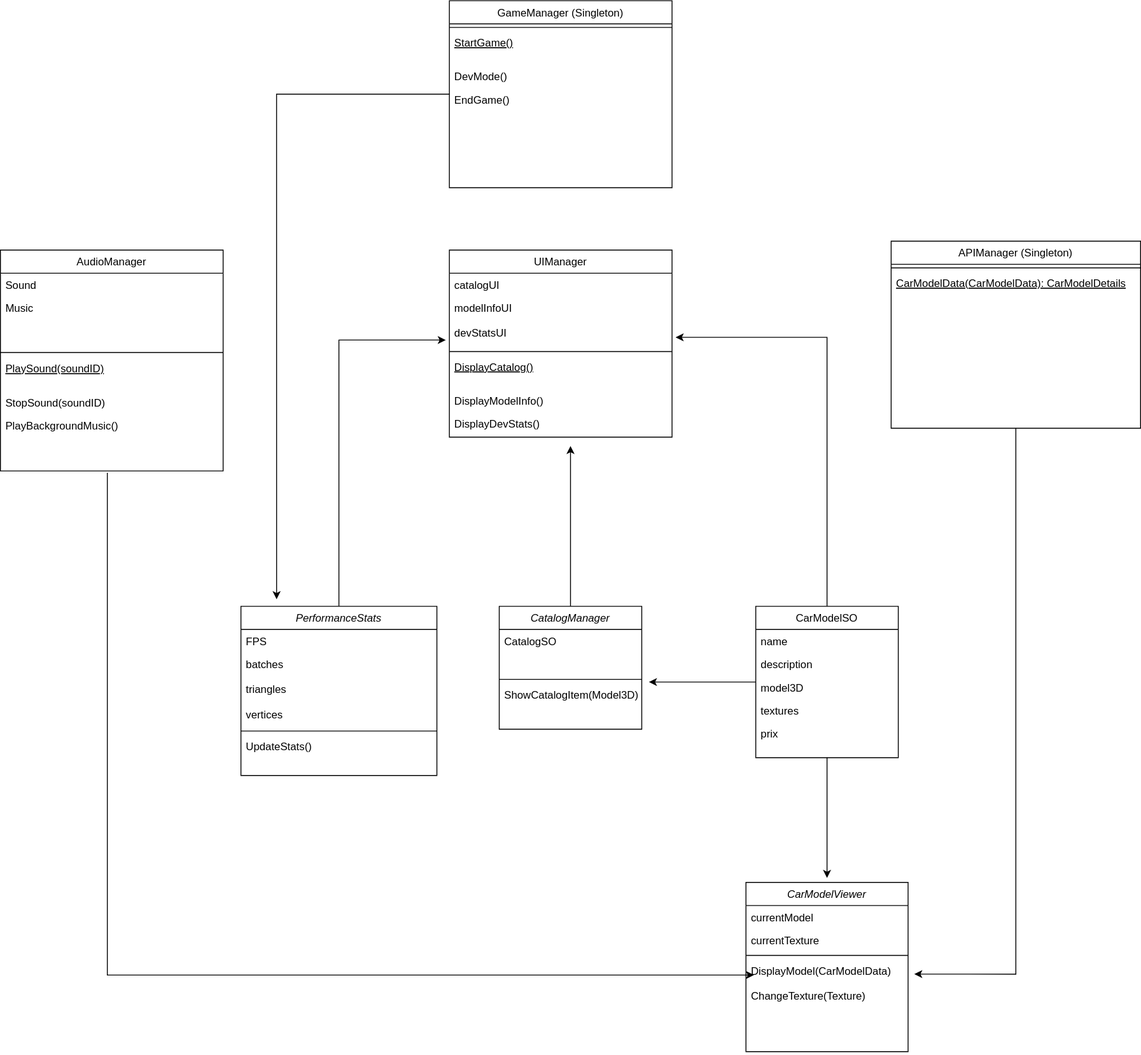
Above: Projet8.drawio.svg in Ashura100/Projet8 (draw.io), before the change. Source tidied: cells renumbered, new cells last; positions are measured from the earlier drawing's top-left corner, leaving out a move shared by most shapes.
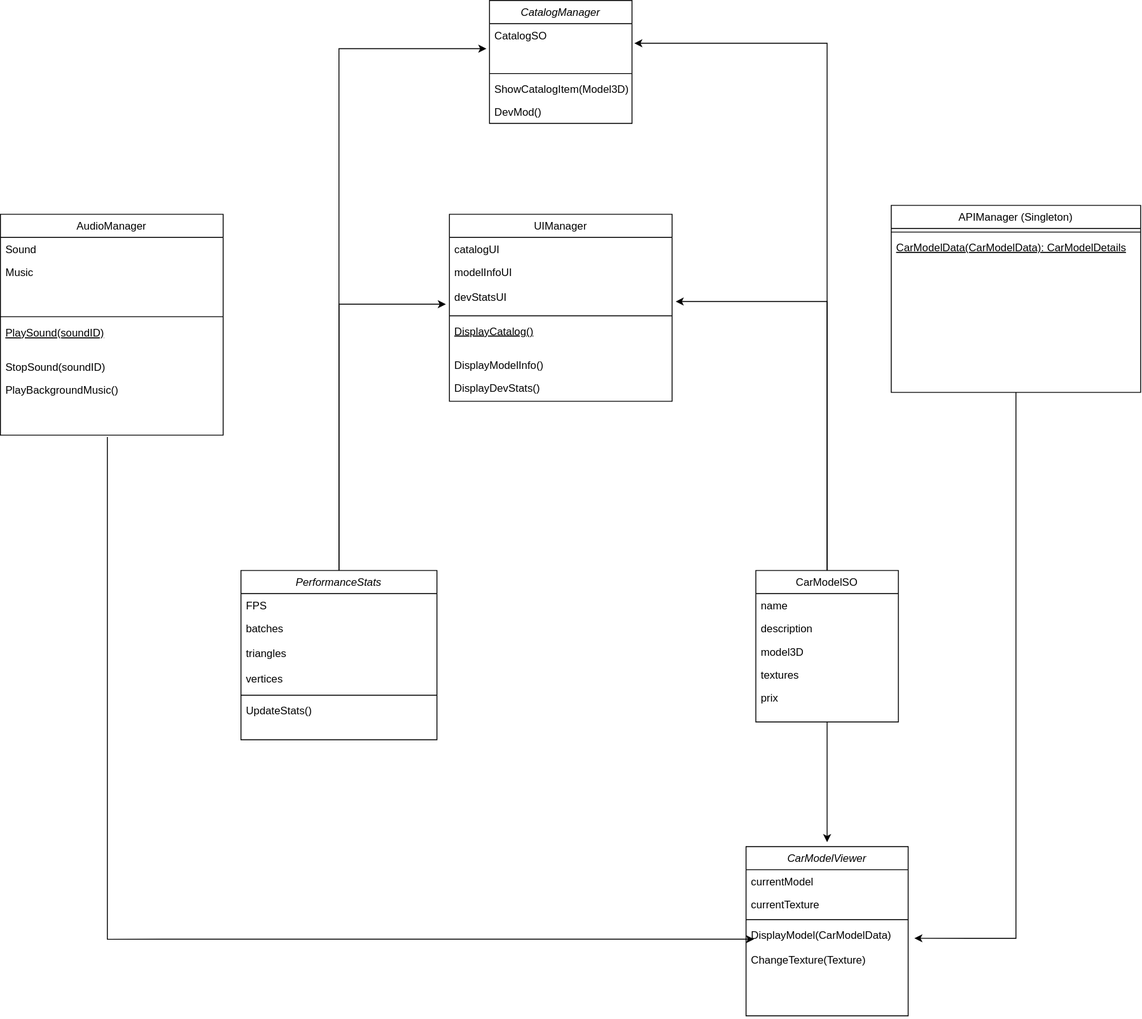
After the change.

Commit message:
Mettre à jour Projet8.drawio.svg

Change to the diagram source:
```diff
@@ -2,13 +2,8 @@
   <root>
     <mxCell id="0" />
     <mxCell id="1" parent="0" />
-    <mxCell id="2" style="edgeStyle=orthogonalEdgeStyle;rounded=0;jettySize=auto;html=1;" parent="1" edge="1" source="3">
-      <mxGeometry relative="1" as="geometry">
-        <mxPoint x="640" y="500" as="targetPoint" />
-      </mxGeometry>
-    </mxCell>
     <mxCell id="3" value="CatalogManager" style="swimlane;fontStyle=2;align=center;verticalAlign=top;horizontal=1;startSize=26;rounded=0;shadow=0;strokeWidth=1;" parent="1" vertex="1">
-      <mxGeometry x="560" y="680" width="160" height="138" as="geometry" />
+      <mxGeometry x="549" y="40" width="160" height="138" as="geometry" />
     </mxCell>
     <mxCell id="4" value="CatalogSO" style="text;align=left;verticalAlign=top;spacingLeft=4;spacingRight=4;overflow=hidden;" parent="3" vertex="1">
       <mxGeometry y="26" width="160" height="26" as="geometry" />
@@ -22,6 +17,9 @@
     <mxCell id="7" value="ShowCatalogItem(Model3D)" style="text;align=left;verticalAlign=top;spacingLeft=4;spacingRight=4;overflow=hidden;" parent="3" vertex="1">
       <mxGeometry y="86" width="160" height="26" as="geometry" />
     </mxCell>
+    <mxCell id="55" value="DevMod()" style="text;align=left;verticalAlign=top;spacingLeft=4;spacingRight=4;overflow=hidden;" parent="3" vertex="1">
+      <mxGeometry y="112" width="160" height="26" as="geometry" />
+    </mxCell>
     <mxCell id="8" value="UIManager" style="swimlane;fontStyle=0;align=center;verticalAlign=top;horizontal=1;startSize=26;rounded=0;shadow=0;strokeWidth=1;" parent="1" vertex="1">
       <mxGeometry x="504" y="280" width="250" height="210" as="geometry" />
     </mxCell>
@@ -43,11 +41,6 @@
     <mxCell id="14" value="DisplayDevStats()" style="text;align=left;verticalAlign=top;spacingLeft=4;spacingRight=4;overflow=hidden;" parent="8" vertex="1">
       <mxGeometry y="182" width="250" height="26" as="geometry" />
     </mxCell>
-    <mxCell id="15" style="edgeStyle=orthogonalEdgeStyle;rounded=0;jettySize=auto;html=1;" parent="1" edge="1" source="17">
-      <mxGeometry relative="1" as="geometry">
-        <mxPoint x="728" y="765" as="targetPoint" />
-      </mxGeometry>
-    </mxCell>
     <mxCell id="16" style="edgeStyle=orthogonalEdgeStyle;rounded=0;jettySize=auto;html=1;" parent="1" edge="1" source="17">
       <mxGeometry relative="1" as="geometry">
         <mxPoint x="928" y="985" as="targetPoint" />
@@ -134,21 +127,6 @@
     <mxCell id="43" value="PlayBackgroundMusic()" style="text;align=left;verticalAlign=top;spacingLeft=4;spacingRight=4;overflow=hidden;" parent="37" vertex="1">
       <mxGeometry y="184" width="250" height="26" as="geometry" />
     </mxCell>
-    <mxCell id="44" value="GameManager (Singleton)" style="swimlane;fontStyle=0;align=center;verticalAlign=top;horizontal=1;startSize=26;rounded=0;shadow=0;strokeWidth=1;" parent="1" vertex="1">
-      <mxGeometry x="504" width="250" height="210" as="geometry" />
-    </mxCell>
-    <mxCell id="45" style="line;html=1;strokeWidth=1;align=left;verticalAlign=middle;spacingTop=-1;spacingLeft=3;spacingRight=3;labelPosition=right;" parent="44" vertex="1">
-      <mxGeometry y="26" width="250" height="8" as="geometry" />
-    </mxCell>
-    <mxCell id="46" value="StartGame()" style="text;align=left;verticalAlign=top;spacingLeft=4;spacingRight=4;overflow=hidden;fontStyle=4;" parent="44" vertex="1">
-      <mxGeometry y="34" width="250" height="38" as="geometry" />
-    </mxCell>
-    <mxCell id="47" value="DevMode()" style="text;align=left;verticalAlign=top;spacingLeft=4;spacingRight=4;overflow=hidden;" parent="44" vertex="1">
-      <mxGeometry y="72" width="250" height="26" as="geometry" />
-    </mxCell>
-    <mxCell id="48" value="EndGame()" style="text;align=left;verticalAlign=top;spacingLeft=4;spacingRight=4;overflow=hidden;" parent="44" vertex="1">
-      <mxGeometry y="98" width="250" height="26" as="geometry" />
-    </mxCell>
     <mxCell id="49" style="edgeStyle=orthogonalEdgeStyle;rounded=0;jettySize=auto;html=1;entryX=0.049;entryY=0.173;entryDx=0;entryDy=0;entryPerimeter=0;" parent="1" edge="1" target="27">
       <mxGeometry relative="1" as="geometry">
         <mxPoint x="120" y="530" as="sourcePoint" />
@@ -157,9 +135,6 @@
         </Array>
       </mxGeometry>
     </mxCell>
-    <mxCell id="50" style="edgeStyle=orthogonalEdgeStyle;rounded=0;jettySize=auto;html=1;entryX=0.182;entryY=-0.042;entryDx=0;entryDy=0;entryPerimeter=0;" parent="1" edge="1" source="44" target="29">
-      <mxGeometry relative="1" as="geometry" />
-    </mxCell>
     <mxCell id="51" value="APIManager (Singleton)" style="swimlane;fontStyle=0;align=center;verticalAlign=top;horizontal=1;startSize=26;rounded=0;shadow=0;strokeWidth=1;" parent="1" vertex="1">
       <mxGeometry x="1000" y="270" width="280" height="210" as="geometry" />
     </mxCell>
@@ -172,5 +147,11 @@
     <mxCell id="54" style="edgeStyle=orthogonalEdgeStyle;rounded=0;jettySize=auto;html=1;entryX=1.038;entryY=0.163;entryDx=0;entryDy=0;entryPerimeter=0;" parent="1" edge="1" source="51" target="27">
       <mxGeometry relative="1" as="geometry" />
     </mxCell>
+    <mxCell id="56" style="edgeStyle=orthogonalEdgeStyle;rounded=0;jettySize=auto;html=1;entryX=-0.022;entryY=0.08;entryDx=0;entryDy=0;entryPerimeter=0;" parent="1" edge="1" source="29" target="5">
+      <mxGeometry relative="1" as="geometry" />
+    </mxCell>
+    <mxCell id="57" style="edgeStyle=orthogonalEdgeStyle;rounded=0;jettySize=auto;html=1;entryX=1.016;entryY=-0.154;entryDx=0;entryDy=0;entryPerimeter=0;" parent="1" edge="1" source="17" target="5">
+      <mxGeometry relative="1" as="geometry" />
+    </mxCell>
   </root>
 </mxGraphModel>
```
